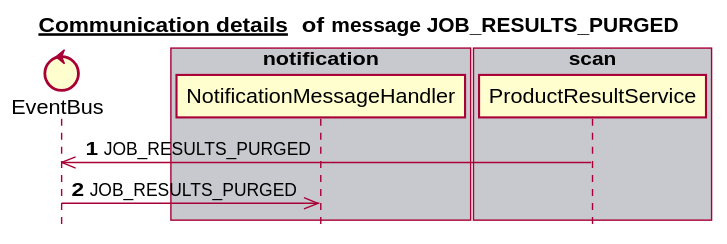
The PlantUML diagram docs/latest/images/gen_domain_messaging_job_results_purged.svg in mercedes-benz/sechub, before a commit.
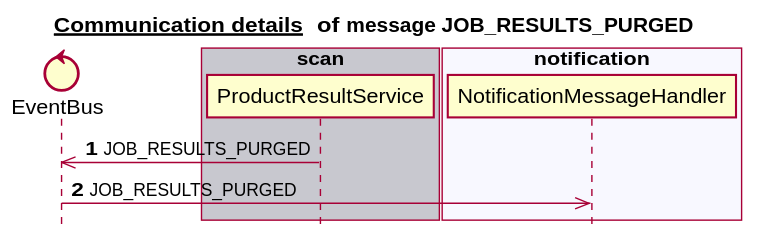
After the commit.

Change to the diagram source:
```diff
@@ -6,17 +6,17 @@
 
 
 control EventBus
-box "notification" #C8C8CF
-   participant NotificationMessageHandler
-end box
-box "authorization" #F8F8FF
-end box
-box "administration" #C8C8CF
+box "scan" #C8C8CF
+   participant ProductResultService
 end box
 box "schedule" #F8F8FF
 end box
-box "scan" #C8C8CF
-   participant ProductResultService
+box "authorization" #C8C8CF
+end box
+box "notification" #F8F8FF
+   participant NotificationMessageHandler
+end box
+box "administration" #C8C8CF
 end box
 autonumber 1
 ProductResultService ->> EventBus:JOB_RESULTS_PURGED
```
